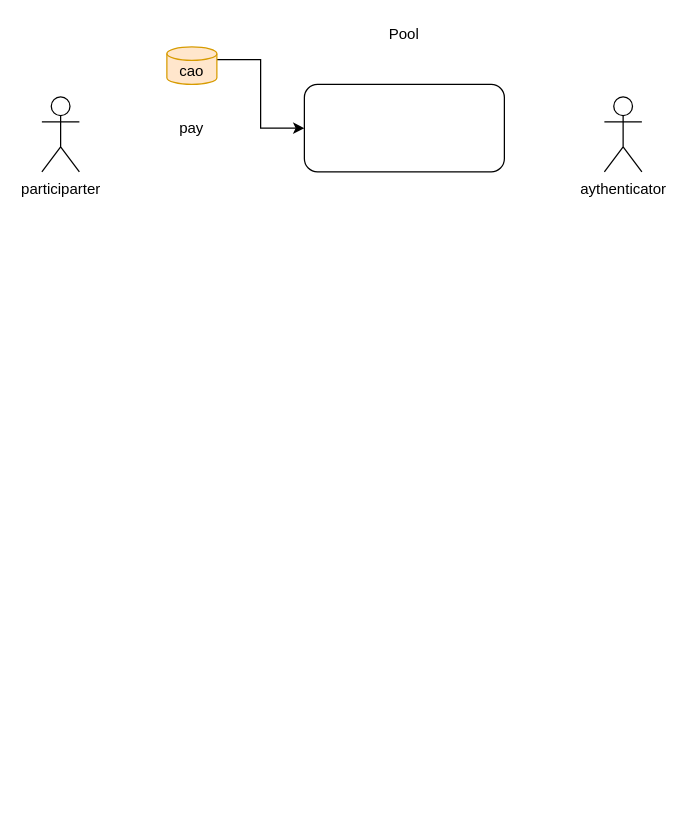
Before: page "thickness" (1 of 4) of CertficateDAO.drawio in CertficateDAO/CertficateDAO, a draw.io diagram. Source tidied: cells renumbered, new cells numbered last; positions are measured from the earlier drawing's top-left corner, leaving out a move shared by most shapes. Both pictures are drawn from the tidied source at 125%, with x=0, y=0 at pixel (41, 21).
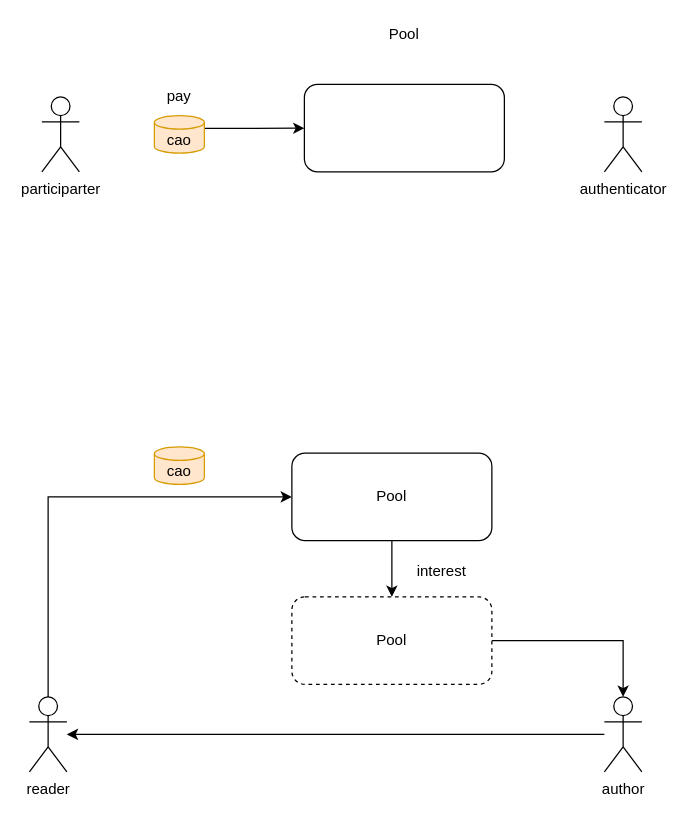
The same page after the edit.

Diff of the diagram source:
```diff
@@
 <mxGraphModel>
   <root>
     <mxCell id="0" />
     <mxCell id="1" parent="0" />
     <mxCell id="2" style="rounded=1;whiteSpace=wrap;html=1;" parent="1" vertex="1">
       <mxGeometry x="210" y="50" width="160" height="70" as="geometry" />
     </mxCell>
     <mxCell id="3" value="participarter" style="shape=umlActor;verticalLabelPosition=bottom;verticalAlign=top;html=1;" parent="1" vertex="1">
       <mxGeometry y="60" width="30" height="60" as="geometry" />
     </mxCell>
     <mxCell id="4" style="edgeStyle=orthogonalEdgeStyle;rounded=0;jettySize=auto;html=1;exitX=1;exitY=0;exitDx=0;exitDy=10.199996948242188;exitPerimeter=0;" parent="1" edge="1" source="5" target="2">
       <mxGeometry relative="1" as="geometry" />
     </mxCell>
     <mxCell id="5" value="cao" style="shape=cylinder3;whiteSpace=wrap;html=1;boundedLbl=1;backgroundOutline=1;size=5.399993896484375;fillColor=#ffe6cc;strokeColor=#d79b00;" parent="1" vertex="1">
-      <mxGeometry x="100" y="20" width="40" height="30" as="geometry" />
+      <mxGeometry x="90" y="75" width="40" height="30" as="geometry" />
     </mxCell>
     <mxCell id="6" value="Pool" style="text;html=1;strokeColor=none;fillColor=none;align=center;verticalAlign=middle;whiteSpace=wrap;rounded=0;" parent="1" vertex="1">
       <mxGeometry x="210" width="160" height="20" as="geometry" />
     </mxCell>
-    <mxCell id="7" value="aythenticator" style="shape=umlActor;verticalLabelPosition=bottom;verticalAlign=top;html=1;" parent="1" vertex="1">
+    <mxCell id="7" value="authenticator" style="shape=umlActor;verticalLabelPosition=bottom;verticalAlign=top;html=1;" parent="1" vertex="1">
       <mxGeometry x="450" y="60" width="30" height="60" as="geometry" />
     </mxCell>
     <mxCell id="8" value="pay" style="text;html=1;strokeColor=none;fillColor=none;align=center;verticalAlign=middle;whiteSpace=wrap;rounded=0;" parent="1" vertex="1">
-      <mxGeometry x="100" y="75" width="40" height="20" as="geometry" />
+      <mxGeometry x="90" y="50" width="40" height="20" as="geometry" />
     </mxCell>
+    <mxCell id="9" style="edgeStyle=orthogonalEdgeStyle;rounded=0;jettySize=auto;html=1;exitX=0.5;exitY=0;exitDx=0;exitDy=0;exitPerimeter=0;entryX=0;entryY=0.5;entryDx=0;entryDy=0;" parent="1" edge="1" source="10" target="12">
+      <mxGeometry relative="1" as="geometry" />
+    </mxCell>
+    <mxCell id="10" value="reader" style="shape=umlActor;verticalLabelPosition=bottom;verticalAlign=top;html=1;outlineConnect=0;" parent="1" vertex="1">
+      <mxGeometry x="-10" y="540" width="30" height="60" as="geometry" />
+    </mxCell>
+    <mxCell id="11" style="edgeStyle=orthogonalEdgeStyle;rounded=0;jettySize=auto;html=1;exitX=0.5;exitY=1;exitDx=0;exitDy=0;entryX=0.5;entryY=0;entryDx=0;entryDy=0;" parent="1" edge="1" source="12" target="17">
+      <mxGeometry relative="1" as="geometry" />
+    </mxCell>
+    <mxCell id="12" value="Pool" style="rounded=1;whiteSpace=wrap;html=1;" parent="1" vertex="1">
+      <mxGeometry x="200" y="345" width="160" height="70" as="geometry" />
+    </mxCell>
+    <mxCell id="13" value="cao" style="shape=cylinder3;whiteSpace=wrap;html=1;boundedLbl=1;backgroundOutline=1;size=5.399993896484375;fillColor=#ffe6cc;strokeColor=#d79b00;" parent="1" vertex="1">
+      <mxGeometry x="90" y="340" width="40" height="30" as="geometry" />
+    </mxCell>
+    <mxCell id="14" style="edgeStyle=orthogonalEdgeStyle;rounded=0;jettySize=auto;html=1;" parent="1" edge="1" source="15" target="10">
+      <mxGeometry relative="1" as="geometry" />
+    </mxCell>
+    <mxCell id="15" value="author" style="shape=umlActor;verticalLabelPosition=bottom;verticalAlign=top;html=1;outlineConnect=0;" parent="1" vertex="1">
+      <mxGeometry x="450" y="540" width="30" height="60" as="geometry" />
+    </mxCell>
+    <mxCell id="16" style="edgeStyle=orthogonalEdgeStyle;rounded=0;jettySize=auto;html=1;exitX=1;exitY=0.5;exitDx=0;exitDy=0;entryX=0.5;entryY=0;entryDx=0;entryDy=0;entryPerimeter=0;" parent="1" edge="1" source="17" target="15">
+      <mxGeometry relative="1" as="geometry" />
+    </mxCell>
+    <mxCell id="17" value="Pool" style="rounded=1;whiteSpace=wrap;html=1;dashed=1;" parent="1" vertex="1">
+      <mxGeometry x="200" y="460" width="160" height="70" as="geometry" />
+    </mxCell>
+    <mxCell id="18" value="interest" style="text;html=1;strokeColor=none;fillColor=none;align=center;verticalAlign=middle;whiteSpace=wrap;rounded=0;dashed=1;" parent="1" vertex="1">
+      <mxGeometry x="300" y="430" width="40" height="20" as="geometry" />
+    </mxCell>
   </root>
 </mxGraphModel>
```
